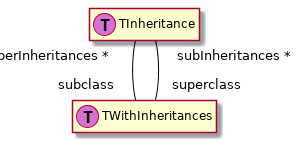
The PlantUML diagram Developers/Diagrams/inheritance.png in moosetechnology/moose-wiki, before a commit. Its diagram source:
```plantuml
@startuml

hide empty members

class behavior1 as "TWithInheritances" << (T,orchid) >> {
}

class behavior2 as "TInheritance" << (T,orchid) >> {
}


behavior2 "superInheritances * " -[#black]- "subclass  " behavior1
behavior2 "subInheritances * " -[#black]- "superclass  " behavior1

@enduml
```
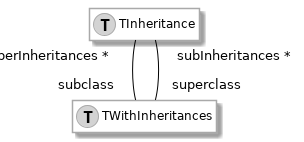
The same file after the commit.

The edit, as a diff of the source:
```diff
@@ -1,11 +1,16 @@
 @startuml
-
 hide empty members
 
-class behavior1 as "TWithInheritances" << (T,orchid) >> {
+skinparam class {
+  BackgroundColor white
+  ArrowColor black
+  BorderColor darkGray
 }
 
-class behavior2 as "TInheritance" << (T,orchid) >> {
+class behavior1 as "TWithInheritances" << (T,lightGrey) >> {
+}
+
+class behavior2 as "TInheritance" << (T,lightGrey) >> {
 }
 
 
```
